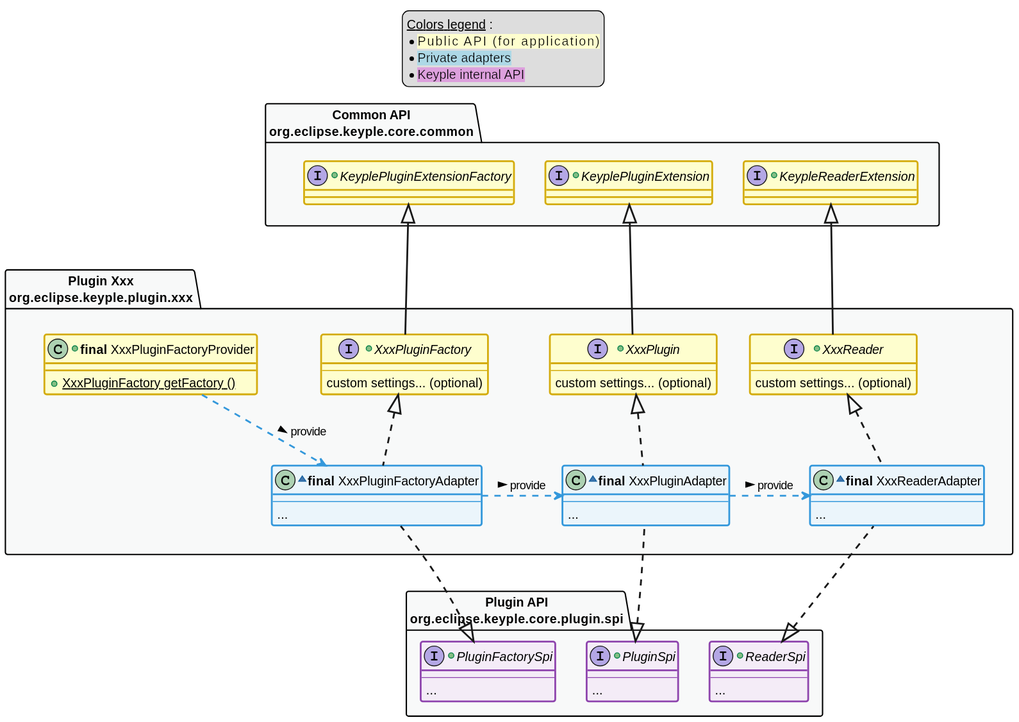
Before: static/media/learn/developer-guide/design-guides/reader_plugin_class_diagram.svg, a diagram exported from PlantUML (eclipse-keyple/keyple-website).
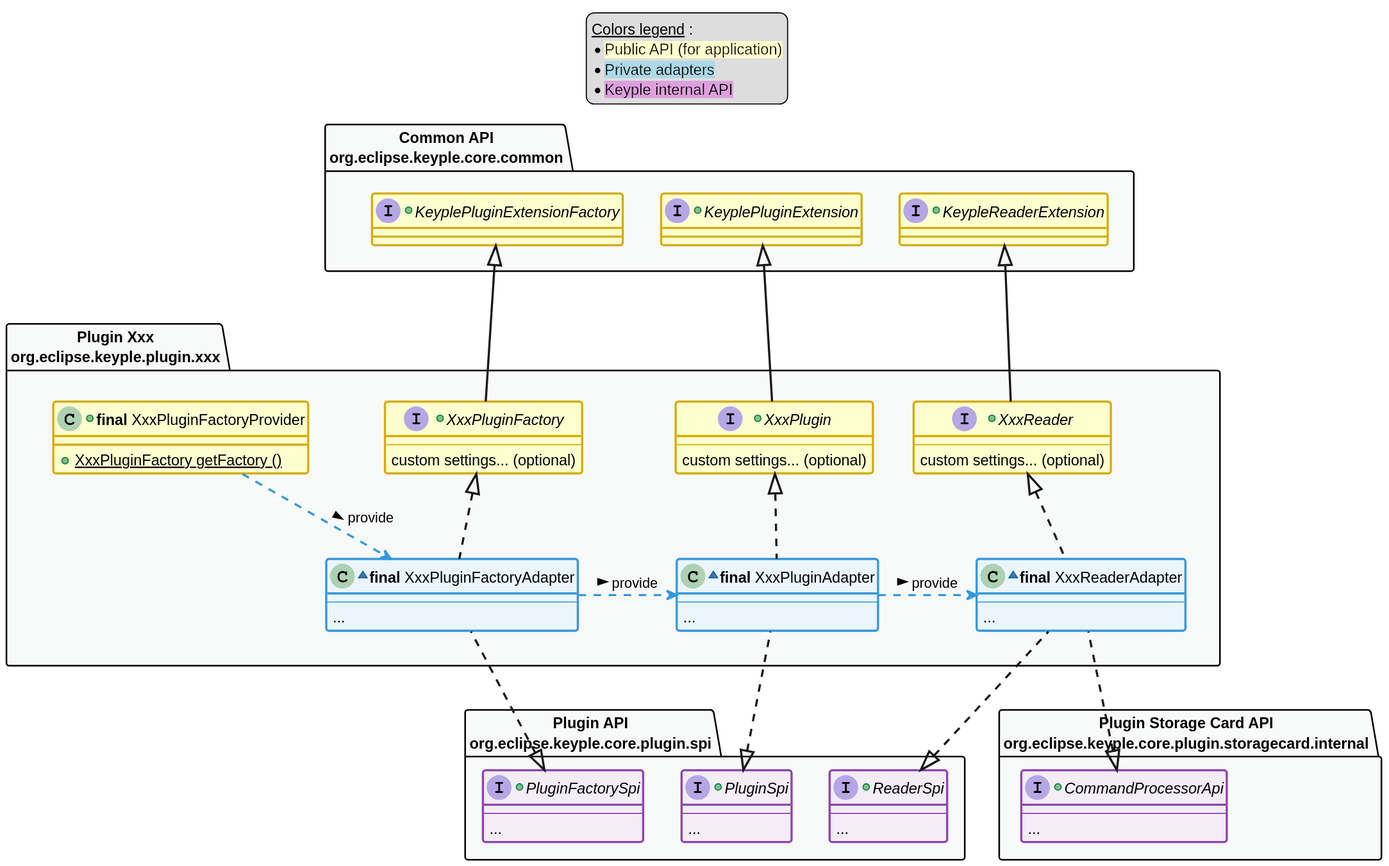
After the change.

Change to the diagram source:
```diff
@@ -39,7 +39,7 @@
 
 legend top
     __Colors legend__ :
-    * <back:C_YELLOW>Public API (for client application)</back>
+    * <back:C_YELLOW>Public API (for application)</back>
     * <back:lightBlue>Private adapters</back>
     * <back:plum>Keyple internal API</back>
 end legend
@@ -63,6 +63,13 @@
         ...
     }
     +interface PluginFactorySpi {
+        --
+        ...
+    }
+}
+
+package "Plugin Storage Card API\norg.eclipse.keyple.core.plugin.storagecard.internal" as pluginStorageCardApi {
+    +interface CommandProcessorApi {
         --
         ...
     }
@@ -93,7 +100,7 @@
             --
             ...
         }
-        ~class "**final** XxxReaderAdapter" as XxxReaderAdapter implements XxxReader, pluginSpi.ReaderSpi {
+        ~class "**final** XxxReaderAdapter" as XxxReaderAdapter implements XxxReader, pluginSpi.ReaderSpi, pluginStorageCardApi.CommandProcessorApi {
             --
             ...
         }
@@ -109,11 +116,13 @@
 commonApi -[hidden]- specificPluginApi
 XxxPluginFactoryAdapter -[hidden]- PluginFactorySpi
 XxxReaderAdapter -[hidden]- ReaderSpi
+XxxReaderAdapter -[hidden]- CommandProcessorApi
 XxxPluginAdapter -[hidden]- PluginSpi
 
 
 package commonApi #C_GREY1 {}
 package pluginSpi #C_GREY1 {}
+package pluginStorageCardApi #C_GREY1 {}
 package specificPluginApi #C_GREY1 {}
 
 class specificPluginApi.XxxReaderAdapter <<blue>>
@@ -122,4 +131,5 @@
 interface pluginSpi.ReaderSpi <<purple>>
 interface pluginSpi.PluginSpi <<purple>>
 interface pluginSpi.PluginFactorySpi <<purple>>
+interface pluginStorageCardApi.CommandProcessorApi <<purple>>
 @enduml
```
